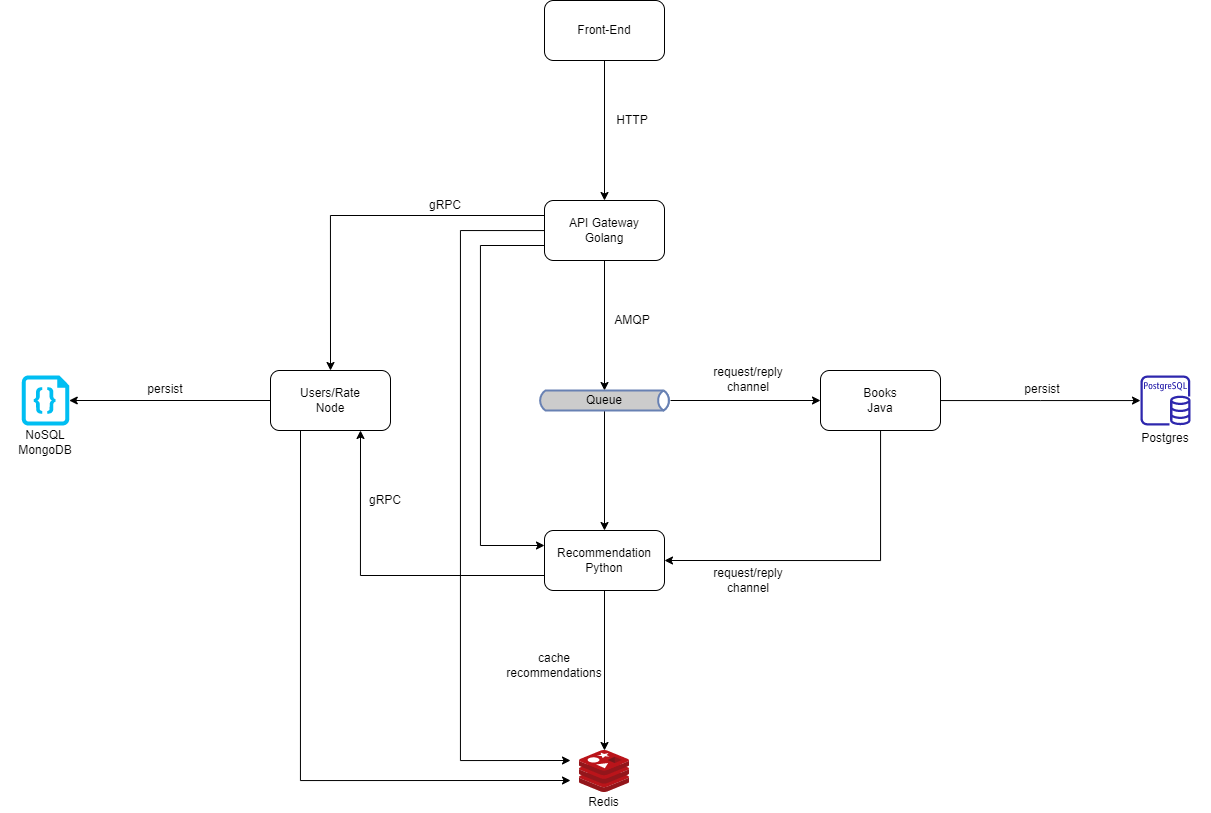
This is architecture/book-recommendations.drawio.png from juliocesarscheidt/book-recommendations-v2, a draw.io export, as it was before one commit. Source tidied: cells renumbered, new cells last; positions are measured from the earlier drawing's top-left corner, leaving out a move shared by most shapes.
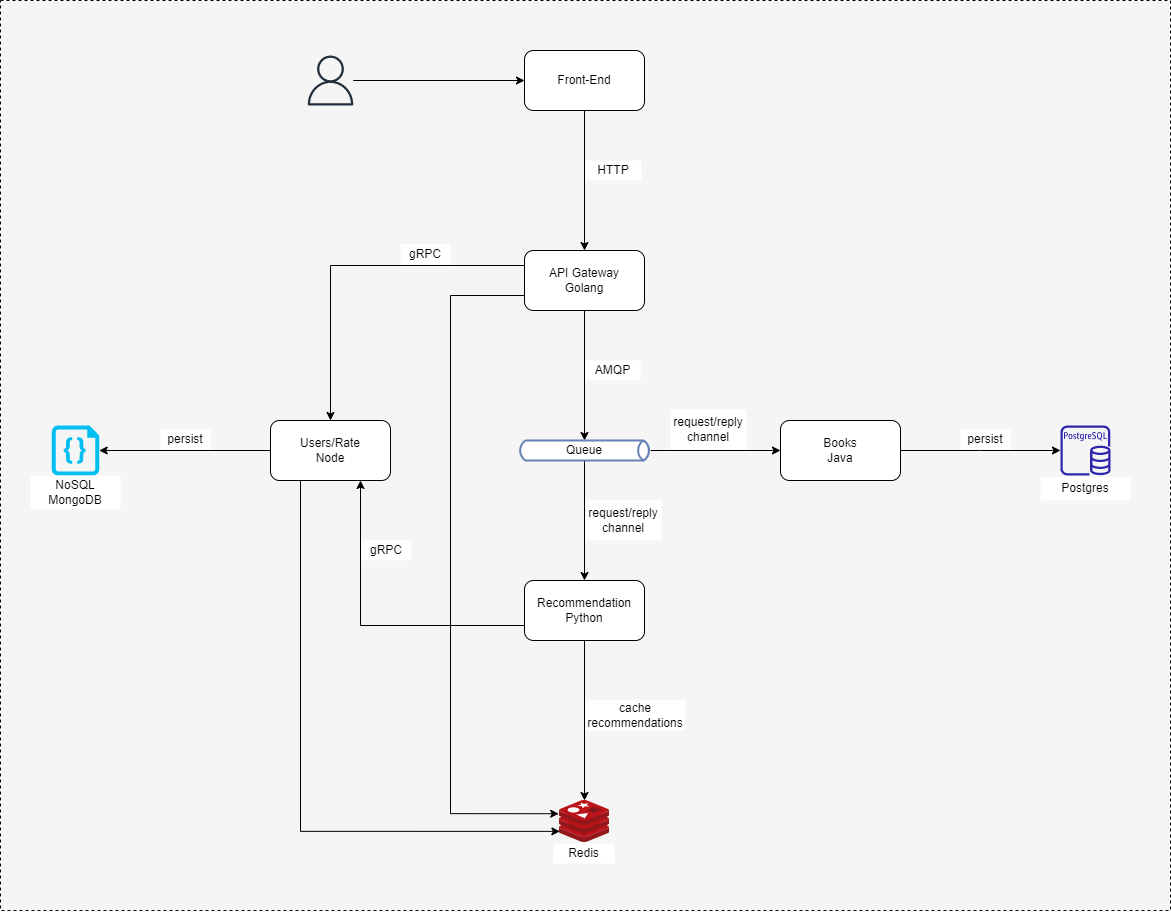
The same file after the commit.

Change to the diagram source:
```diff
@@ -2,62 +2,48 @@
   <root>
     <mxCell id="0" />
     <mxCell id="1" parent="0" />
+    <mxCell id="37" style="rounded=0;whiteSpace=wrap;html=1;fillColor=#f5f5f5;fontColor=#333333;strokeColor=#000000;dashed=1;" parent="1" vertex="1">
+      <mxGeometry x="20" y="-50" width="1170" height="910" as="geometry" />
+    </mxCell>
     <mxCell id="2" style="edgeStyle=orthogonalEdgeStyle;rounded=0;jettySize=auto;html=1;entryX=0.5;entryY=0;entryDx=0;entryDy=0;exitX=0;exitY=0.25;exitDx=0;exitDy=0;" parent="1" edge="1" source="5" target="9">
       <mxGeometry relative="1" as="geometry">
         <Array as="points">
-          <mxPoint x="330" y="215" />
+          <mxPoint x="350" y="215" />
         </Array>
       </mxGeometry>
     </mxCell>
     <mxCell id="3" style="edgeStyle=orthogonalEdgeStyle;rounded=0;jettySize=auto;html=1;entryX=0.5;entryY=0;entryDx=0;entryDy=0;" parent="1" edge="1" source="5" target="19">
       <mxGeometry relative="1" as="geometry" />
     </mxCell>
-    <mxCell id="4" style="edgeStyle=orthogonalEdgeStyle;rounded=0;jettySize=auto;html=1;" parent="1" edge="1" source="5">
-      <mxGeometry relative="1" as="geometry">
-        <mxPoint x="570" y="760" as="targetPoint" />
-        <Array as="points">
-          <mxPoint x="460" y="230" />
-          <mxPoint x="460" y="760" />
-        </Array>
-      </mxGeometry>
-    </mxCell>
+    <mxCell id="38" style="edgeStyle=orthogonalEdgeStyle;rounded=0;jettySize=auto;html=1;exitX=0;exitY=0.75;exitDx=0;exitDy=0;entryX=-0.016;entryY=0.315;entryDx=0;entryDy=0;entryPerimeter=0;" parent="1" edge="1" source="5" target="22">
+      <mxGeometry relative="1" as="geometry">
+        <Array as="points">
+          <mxPoint x="470" y="245" />
+          <mxPoint x="470" y="763" />
+        </Array>
+      </mxGeometry>
+    </mxCell>
     <mxCell id="5" value="API Gateway&lt;br&gt;Golang" style="rounded=1;whiteSpace=wrap;html=1;" parent="1" vertex="1">
       <mxGeometry x="544" y="200" width="120" height="60" as="geometry" />
     </mxCell>
     <mxCell id="6" style="edgeStyle=orthogonalEdgeStyle;rounded=0;jettySize=auto;html=1;entryX=1;entryY=0.5;entryDx=0;entryDy=0;entryPerimeter=0;" parent="1" edge="1" source="9" target="25">
       <mxGeometry relative="1" as="geometry" />
     </mxCell>
-    <mxCell id="7" style="edgeStyle=orthogonalEdgeStyle;rounded=0;jettySize=auto;html=1;entryX=0;entryY=0.25;entryDx=0;entryDy=0;exitX=0;exitY=0.75;exitDx=0;exitDy=0;" parent="1" edge="1" source="5" target="15">
-      <mxGeometry relative="1" as="geometry">
-        <Array as="points">
-          <mxPoint x="480" y="245" />
-          <mxPoint x="480" y="545" />
-        </Array>
-      </mxGeometry>
-    </mxCell>
-    <mxCell id="8" style="edgeStyle=orthogonalEdgeStyle;rounded=0;jettySize=auto;html=1;exitX=0.25;exitY=1;exitDx=0;exitDy=0;" parent="1" edge="1" source="9">
+    <mxCell id="8" style="edgeStyle=orthogonalEdgeStyle;rounded=0;jettySize=auto;html=1;exitX=0.25;exitY=1;exitDx=0;exitDy=0;entryX=0.007;entryY=0.735;entryDx=0;entryDy=0;entryPerimeter=0;" parent="1" edge="1" source="9" target="22">
       <mxGeometry relative="1" as="geometry">
-        <mxPoint x="570" y="780" as="targetPoint" />
         <Array as="points">
-          <mxPoint x="300" y="780" />
+          <mxPoint x="320" y="781" />
         </Array>
       </mxGeometry>
     </mxCell>
     <mxCell id="9" value="Users/Rate&lt;br&gt;Node" style="rounded=1;whiteSpace=wrap;html=1;" parent="1" vertex="1">
-      <mxGeometry x="270" y="370" width="120" height="60" as="geometry" />
+      <mxGeometry x="290" y="370" width="120" height="60" as="geometry" />
     </mxCell>
     <mxCell id="10" style="edgeStyle=orthogonalEdgeStyle;rounded=0;jettySize=auto;html=1;" parent="1" edge="1" source="12" target="29">
       <mxGeometry relative="1" as="geometry" />
     </mxCell>
-    <mxCell id="11" style="edgeStyle=orthogonalEdgeStyle;rounded=0;jettySize=auto;html=1;entryX=1;entryY=0.5;entryDx=0;entryDy=0;" parent="1" edge="1" source="12" target="15">
-      <mxGeometry relative="1" as="geometry">
-        <Array as="points">
-          <mxPoint x="880" y="560" />
-        </Array>
-      </mxGeometry>
-    </mxCell>
     <mxCell id="12" value="Books&lt;br&gt;Java" style="rounded=1;whiteSpace=wrap;html=1;" parent="1" vertex="1">
-      <mxGeometry x="820" y="370" width="120" height="60" as="geometry" />
+      <mxGeometry x="800" y="370" width="120" height="60" as="geometry" />
     </mxCell>
     <mxCell id="13" style="edgeStyle=orthogonalEdgeStyle;rounded=0;jettySize=auto;html=1;" parent="1" edge="1" source="15" target="22">
       <mxGeometry relative="1" as="geometry" />
@@ -65,7 +51,7 @@
     <mxCell id="14" style="edgeStyle=orthogonalEdgeStyle;rounded=0;jettySize=auto;html=1;exitX=0;exitY=0.75;exitDx=0;exitDy=0;entryX=0.75;entryY=1;entryDx=0;entryDy=0;" parent="1" edge="1" source="15" target="9">
       <mxGeometry relative="1" as="geometry">
         <Array as="points">
-          <mxPoint x="360" y="575" />
+          <mxPoint x="380" y="575" />
         </Array>
       </mxGeometry>
     </mxCell>
@@ -78,53 +64,47 @@
     <mxCell id="17" style="edgeStyle=orthogonalEdgeStyle;rounded=0;jettySize=auto;html=1;exitX=0.993;exitY=0.5;exitDx=0;exitDy=0;exitPerimeter=0;" parent="1" edge="1" source="18" target="12">
       <mxGeometry relative="1" as="geometry" />
     </mxCell>
-    <mxCell id="18" style="html=1;outlineConnect=0;fillColor=#CCCCCC;strokeColor=#6881B3;gradientColor=none;gradientDirection=north;strokeWidth=2;shape=mxgraph.networks.bus;gradientColor=none;gradientDirection=north;fontColor=#ffffff;perimeter=backbonePerimeter;backboneSize=20;" parent="1" vertex="1">
+    <mxCell id="18" style="html=1;outlineConnect=0;fillColor=#FFFFFF;strokeColor=#6881B3;gradientColor=none;gradientDirection=north;strokeWidth=2;shape=mxgraph.networks.bus;gradientColor=none;gradientDirection=north;fontColor=#ffffff;perimeter=backbonePerimeter;backboneSize=20;" parent="1" vertex="1">
       <mxGeometry x="537" y="365" width="134" height="70" as="geometry" />
     </mxCell>
     <mxCell id="19" value="Queue" style="text;html=1;strokeColor=none;fillColor=none;align=center;verticalAlign=middle;whiteSpace=wrap;rounded=0;" parent="1" vertex="1">
       <mxGeometry x="559" y="390" width="90" height="20" as="geometry" />
     </mxCell>
-    <mxCell id="20" value="persist" style="text;html=1;strokeColor=none;fillColor=none;align=center;verticalAlign=middle;whiteSpace=wrap;rounded=0;" parent="1" vertex="1">
-      <mxGeometry x="140" y="379" width="50" height="20" as="geometry" />
+    <mxCell id="20" value="persist" style="text;html=1;strokeColor=none;fillColor=#FFFFFF;align=center;verticalAlign=middle;whiteSpace=wrap;rounded=0;" parent="1" vertex="1">
+      <mxGeometry x="180" y="379" width="50" height="20" as="geometry" />
     </mxCell>
-    <mxCell id="21" value="AMQP" style="text;html=1;strokeColor=none;fillColor=none;align=center;verticalAlign=middle;whiteSpace=wrap;rounded=0;" parent="1" vertex="1">
-      <mxGeometry x="604" y="310" width="56" height="20" as="geometry" />
+    <mxCell id="21" value="AMQP" style="text;html=1;strokeColor=none;fillColor=#FFFFFF;align=center;verticalAlign=middle;whiteSpace=wrap;rounded=0;" parent="1" vertex="1">
+      <mxGeometry x="605" y="310" width="55" height="20" as="geometry" />
     </mxCell>
     <mxCell id="22" style="sketch=0;html=1;points=[];align=center;image;fontSize=12;image=img/lib/mscae/Cache_Redis_Product.svg;fillColor=default;" parent="1" vertex="1">
       <mxGeometry x="579" y="750" width="50" height="42" as="geometry" />
     </mxCell>
-    <mxCell id="23" value="cache recommendations" style="text;html=1;strokeColor=none;fillColor=none;align=center;verticalAlign=middle;whiteSpace=wrap;rounded=0;" parent="1" vertex="1">
-      <mxGeometry x="504" y="650" width="100" height="30" as="geometry" />
+    <mxCell id="23" value="cache recommendations" style="text;html=1;strokeColor=none;fillColor=default;align=center;verticalAlign=middle;whiteSpace=wrap;rounded=0;" parent="1" vertex="1">
+      <mxGeometry x="605" y="650" width="100" height="30" as="geometry" />
     </mxCell>
     <mxCell id="24" value="Redis" style="text;html=1;strokeColor=none;fillColor=default;align=center;verticalAlign=middle;whiteSpace=wrap;rounded=0;" parent="1" vertex="1">
-      <mxGeometry x="573" y="792" width="61" height="20" as="geometry" />
+      <mxGeometry x="573" y="793" width="61" height="20" as="geometry" />
     </mxCell>
     <mxCell id="25" style="verticalLabelPosition=bottom;html=1;verticalAlign=top;align=center;strokeColor=none;fillColor=#00BEF2;shape=mxgraph.azure.code_file;" parent="1" vertex="1">
-      <mxGeometry x="21.2" y="375" width="47.5" height="50" as="geometry" />
+      <mxGeometry x="71.2" y="375" width="47.5" height="50" as="geometry" />
     </mxCell>
-    <mxCell id="26" value="NoSQL MongoDB" style="text;html=1;strokeColor=none;fillColor=none;align=center;verticalAlign=middle;whiteSpace=wrap;rounded=0;" parent="1" vertex="1">
-      <mxGeometry y="425" width="90" height="33.5" as="geometry" />
+    <mxCell id="26" value="NoSQL MongoDB" style="text;html=1;strokeColor=none;fillColor=default;align=center;verticalAlign=middle;whiteSpace=wrap;rounded=0;" parent="1" vertex="1">
+      <mxGeometry x="50" y="425" width="90" height="33.5" as="geometry" />
     </mxCell>
-    <mxCell id="27" value="persist" style="text;html=1;strokeColor=none;fillColor=none;align=center;verticalAlign=middle;whiteSpace=wrap;rounded=0;" parent="1" vertex="1">
-      <mxGeometry x="1017" y="379" width="50" height="20" as="geometry" />
+    <mxCell id="27" value="persist" style="text;html=1;strokeColor=none;fillColor=#FFFFFF;align=center;verticalAlign=middle;whiteSpace=wrap;rounded=0;" parent="1" vertex="1">
+      <mxGeometry x="980" y="379" width="50" height="20" as="geometry" />
     </mxCell>
-    <mxCell id="28" value="gRPC" style="text;html=1;strokeColor=none;fillColor=none;align=center;verticalAlign=middle;whiteSpace=wrap;rounded=0;" parent="1" vertex="1">
-      <mxGeometry x="420" y="195" width="50" height="20" as="geometry" />
+    <mxCell id="28" value="gRPC" style="text;html=1;strokeColor=none;fillColor=#FFFFFF;align=center;verticalAlign=middle;whiteSpace=wrap;rounded=0;" parent="1" vertex="1">
+      <mxGeometry x="420" y="194" width="50" height="20" as="geometry" />
     </mxCell>
     <mxCell id="29" style="sketch=0;outlineConnect=0;fontColor=#232F3E;gradientColor=none;fillColor=#2E27AD;strokeColor=none;dashed=0;verticalLabelPosition=bottom;verticalAlign=top;align=center;html=1;fontSize=12;fontStyle=0;shape=mxgraph.aws4.rds_postgresql_instance;" parent="1" vertex="1">
-      <mxGeometry x="1140" y="375" width="50" height="50" as="geometry" />
+      <mxGeometry x="1080" y="375" width="50" height="50" as="geometry" />
     </mxCell>
-    <mxCell id="30" value="Postgres" style="text;html=1;strokeColor=none;fillColor=none;align=center;verticalAlign=middle;whiteSpace=wrap;rounded=0;" parent="1" vertex="1">
-      <mxGeometry x="1120" y="426.5" width="90" height="23.5" as="geometry" />
+    <mxCell id="30" value="Postgres" style="text;html=1;strokeColor=none;fillColor=default;align=center;verticalAlign=middle;whiteSpace=wrap;rounded=0;" parent="1" vertex="1">
+      <mxGeometry x="1060" y="426.5" width="90" height="23.5" as="geometry" />
     </mxCell>
-    <mxCell id="31" value="request/reply&lt;br&gt;channel" style="text;html=1;strokeColor=none;fillColor=none;align=center;verticalAlign=middle;whiteSpace=wrap;rounded=0;" parent="1" vertex="1">
-      <mxGeometry x="710" y="359" width="76" height="40" as="geometry" />
-    </mxCell>
-    <mxCell id="32" value="request/reply&lt;br&gt;channel" style="text;html=1;strokeColor=none;fillColor=none;align=center;verticalAlign=middle;whiteSpace=wrap;rounded=0;" parent="1" vertex="1">
-      <mxGeometry x="710" y="560" width="76" height="40" as="geometry" />
-    </mxCell>
-    <mxCell id="33" value="&lt;div&gt;gRPC&lt;/div&gt;" style="text;html=1;strokeColor=none;fillColor=none;align=center;verticalAlign=middle;whiteSpace=wrap;rounded=0;" parent="1" vertex="1">
-      <mxGeometry x="360" y="490" width="50" height="20" as="geometry" />
+    <mxCell id="33" value="&lt;div&gt;gRPC&lt;/div&gt;" style="text;html=1;strokeColor=none;fillColor=#FFFFFF;align=center;verticalAlign=middle;whiteSpace=wrap;rounded=0;" parent="1" vertex="1">
+      <mxGeometry x="381" y="490" width="50" height="20" as="geometry" />
     </mxCell>
     <mxCell id="34" style="edgeStyle=orthogonalEdgeStyle;rounded=0;jettySize=auto;html=1;entryX=0.5;entryY=0;entryDx=0;entryDy=0;" parent="1" edge="1" source="35" target="5">
       <mxGeometry relative="1" as="geometry" />
@@ -132,8 +112,20 @@
     <mxCell id="35" value="Front-End" style="rounded=1;whiteSpace=wrap;html=1;" parent="1" vertex="1">
       <mxGeometry x="544" width="120" height="60" as="geometry" />
     </mxCell>
-    <mxCell id="36" value="HTTP" style="text;html=1;strokeColor=none;fillColor=none;align=center;verticalAlign=middle;whiteSpace=wrap;rounded=0;" parent="1" vertex="1">
-      <mxGeometry x="604" y="110" width="56" height="20" as="geometry" />
+    <mxCell id="36" value="HTTP" style="text;html=1;strokeColor=none;fillColor=#FFFFFF;align=center;verticalAlign=middle;whiteSpace=wrap;rounded=0;" parent="1" vertex="1">
+      <mxGeometry x="605" y="110" width="56" height="20" as="geometry" />
     </mxCell>
+    <mxCell id="39" value="request/reply&lt;br&gt;channel" style="text;html=1;strokeColor=none;fillColor=#FFFFFF;align=center;verticalAlign=middle;whiteSpace=wrap;rounded=0;" parent="1" vertex="1">
+      <mxGeometry x="605" y="450" width="76" height="40" as="geometry" />
+    </mxCell>
+    <mxCell id="40" value="request/reply&lt;br&gt;channel" style="text;html=1;strokeColor=none;fillColor=#FFFFFF;align=center;verticalAlign=middle;whiteSpace=wrap;rounded=0;" parent="1" vertex="1">
+      <mxGeometry x="690" y="359" width="76" height="40" as="geometry" />
+    </mxCell>
+    <mxCell id="41" style="edgeStyle=orthogonalEdgeStyle;rounded=0;jettySize=auto;html=1;" parent="1" edge="1" source="42" target="35">
+      <mxGeometry relative="1" as="geometry" />
+    </mxCell>
+    <mxCell id="42" style="sketch=0;outlineConnect=0;fontColor=#232F3E;gradientColor=none;fillColor=#232F3D;strokeColor=none;dashed=0;verticalLabelPosition=bottom;verticalAlign=top;align=center;html=1;fontSize=12;fontStyle=0;shape=mxgraph.aws4.user;" parent="1" vertex="1">
+      <mxGeometry x="325" y="5" width="50" height="50" as="geometry" />
+    </mxCell>
   </root>
 </mxGraphModel>
```
